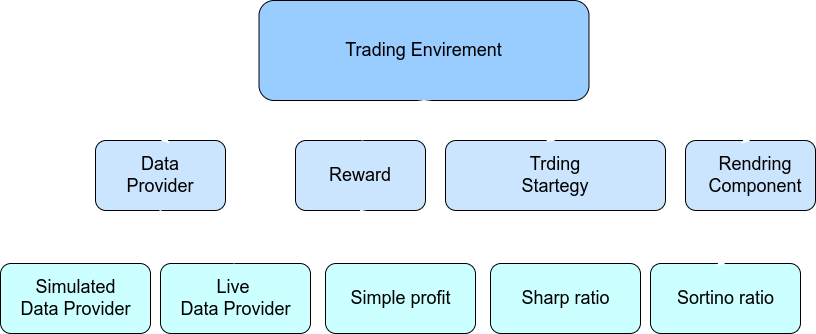
Before: figures/envirement-graph.png, a diagram exported from draw.io (roiacult/DRL-trading-bot). Source tidied: cells renumbered, new cells last; positions are measured from the earlier drawing's top-left corner, leaving out a move shared by most shapes.
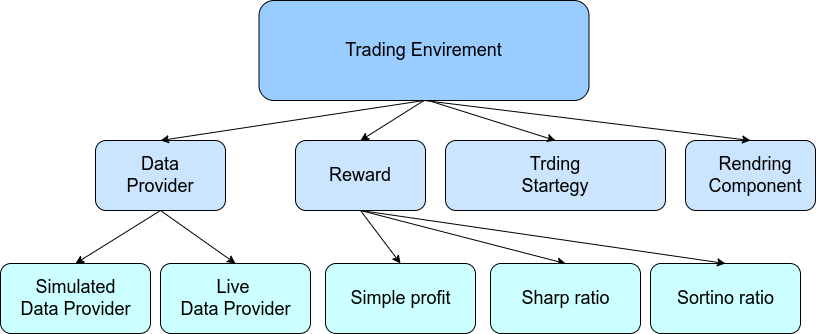
Later version of the same file.

The edit, as a diff of the source:
```diff
@@ -32,10 +32,10 @@
     <mxCell id="11" value="Live &lt;br&gt;Data Provider" style="text;html=1;strokeColor=none;fillColor=none;align=center;verticalAlign=middle;whiteSpace=wrap;rounded=0;fontSize=18;" parent="1" vertex="1">
       <mxGeometry x="178.5" y="283" width="113" height="30" as="geometry" />
     </mxCell>
-    <mxCell id="12" style="endArrow=classic;html=1;rounded=0;fontSize=18;exitX=0.5;exitY=1;exitDx=0;exitDy=0;entryX=0.5;entryY=0;entryDx=0;entryDy=0;strokeColor=#FFFFFF;" parent="1" edge="1" source="4" target="14">
+    <mxCell id="12" style="endArrow=classic;html=1;rounded=0;fontSize=18;exitX=0.5;exitY=1;exitDx=0;exitDy=0;entryX=0.5;entryY=0;entryDx=0;entryDy=0;strokeColor=#000000;" parent="1" edge="1" source="4" target="14">
       <mxGeometry relative="1" as="geometry" />
     </mxCell>
-    <mxCell id="13" style="endArrow=classic;html=1;rounded=0;fontSize=18;entryX=0.5;entryY=0;entryDx=0;entryDy=0;exitX=0.5;exitY=1;exitDx=0;exitDy=0;strokeColor=#FFFFFF;" parent="1" edge="1" source="4" target="10">
+    <mxCell id="13" style="endArrow=classic;html=1;rounded=0;fontSize=18;entryX=0.5;entryY=0;entryDx=0;entryDy=0;exitX=0.5;exitY=1;exitDx=0;exitDy=0;strokeColor=#000000;" parent="1" edge="1" source="4" target="10">
       <mxGeometry relative="1" as="geometry" />
     </mxCell>
     <mxCell id="14" style="rounded=1;whiteSpace=wrap;html=1;fontSize=18;fillColor=#CCFFFF;" parent="1" vertex="1">
@@ -50,10 +50,10 @@
     <mxCell id="17" value="Sortino ratio" style="text;html=1;strokeColor=none;fillColor=none;align=center;verticalAlign=middle;whiteSpace=wrap;rounded=0;fontSize=18;" parent="1" vertex="1">
       <mxGeometry x="668.5" y="283" width="113" height="30" as="geometry" />
     </mxCell>
-    <mxCell id="18" style="endArrow=classic;html=1;rounded=0;fontSize=18;exitX=0.5;exitY=1;exitDx=0;exitDy=0;entryX=0.5;entryY=0;entryDx=0;entryDy=0;strokeColor=#FFFFFF;" parent="1" edge="1" source="6" target="20">
+    <mxCell id="18" style="endArrow=classic;html=1;rounded=0;fontSize=18;exitX=0.5;exitY=1;exitDx=0;exitDy=0;entryX=0.5;entryY=0;entryDx=0;entryDy=0;strokeColor=#000000;" parent="1" edge="1" source="6" target="20">
       <mxGeometry relative="1" as="geometry" />
     </mxCell>
-    <mxCell id="19" style="endArrow=classic;html=1;rounded=0;fontSize=18;entryX=0.5;entryY=0;entryDx=0;entryDy=0;exitX=0.5;exitY=1;exitDx=0;exitDy=0;strokeColor=#FFFFFF;" parent="1" edge="1" source="6" target="16">
+    <mxCell id="19" style="endArrow=classic;html=1;rounded=0;fontSize=18;entryX=0.5;entryY=0;entryDx=0;entryDy=0;exitX=0.5;exitY=1;exitDx=0;exitDy=0;strokeColor=#000000;" parent="1" edge="1" source="6" target="16">
       <mxGeometry relative="1" as="geometry" />
     </mxCell>
     <mxCell id="20" style="rounded=1;whiteSpace=wrap;html=1;fontSize=18;fillColor=#CCFFFF;" parent="1" vertex="1">
@@ -62,7 +62,7 @@
     <mxCell id="21" value="Sharp ratio" style="text;html=1;strokeColor=none;fillColor=none;align=center;verticalAlign=middle;whiteSpace=wrap;rounded=0;fontSize=18;" parent="1" vertex="1">
       <mxGeometry x="508.5" y="283" width="113" height="30" as="geometry" />
     </mxCell>
-    <mxCell id="22" style="endArrow=classic;html=1;rounded=0;fontSize=18;entryX=0.5;entryY=0;entryDx=0;entryDy=0;exitX=0.5;exitY=1;exitDx=0;exitDy=0;strokeColor=#FFFFFF;" parent="1" edge="1" source="6" target="23">
+    <mxCell id="22" style="endArrow=classic;html=1;rounded=0;fontSize=18;entryX=0.5;entryY=0;entryDx=0;entryDy=0;exitX=0.5;exitY=1;exitDx=0;exitDy=0;strokeColor=#000000;" parent="1" edge="1" source="6" target="23">
       <mxGeometry relative="1" as="geometry" />
     </mxCell>
     <mxCell id="23" style="rounded=1;whiteSpace=wrap;html=1;fontSize=18;fillColor=#CCFFFF;" parent="1" vertex="1">
@@ -71,13 +71,13 @@
     <mxCell id="24" value="Simple profit" style="text;html=1;strokeColor=none;fillColor=none;align=center;verticalAlign=middle;whiteSpace=wrap;rounded=0;fontSize=18;" parent="1" vertex="1">
       <mxGeometry x="343.5" y="283" width="113" height="30" as="geometry" />
     </mxCell>
-    <mxCell id="25" style="endArrow=classic;html=1;rounded=0;fontSize=18;exitX=0.523;exitY=1.01;exitDx=0;exitDy=0;exitPerimeter=0;entryX=0.5;entryY=0;entryDx=0;entryDy=0;strokeColor=#FFFFFF;" parent="1" edge="1" source="2" target="8">
+    <mxCell id="25" style="endArrow=classic;html=1;rounded=0;fontSize=18;exitX=0.523;exitY=1.01;exitDx=0;exitDy=0;exitPerimeter=0;entryX=0.5;entryY=0;entryDx=0;entryDy=0;strokeColor=#000000;" parent="1" edge="1" source="2" target="8">
       <mxGeometry relative="1" as="geometry" />
     </mxCell>
-    <mxCell id="26" style="endArrow=classic;html=1;rounded=0;fontSize=18;entryX=0.5;entryY=0;entryDx=0;entryDy=0;exitX=0.5;exitY=1;exitDx=0;exitDy=0;strokeColor=#FFFFFF;" parent="1" edge="1" source="2" target="6">
+    <mxCell id="26" style="endArrow=classic;html=1;rounded=0;fontSize=18;entryX=0.5;entryY=0;entryDx=0;entryDy=0;exitX=0.5;exitY=1;exitDx=0;exitDy=0;strokeColor=#000000;" parent="1" edge="1" source="2" target="6">
       <mxGeometry relative="1" as="geometry" />
     </mxCell>
-    <mxCell id="27" style="endArrow=classic;html=1;rounded=0;fontSize=18;exitX=0.5;exitY=1;exitDx=0;exitDy=0;entryX=0.5;entryY=0;entryDx=0;entryDy=0;strokeColor=#FFFFFF;" parent="1" edge="1" source="2" target="4">
+    <mxCell id="27" style="endArrow=classic;html=1;rounded=0;fontSize=18;exitX=0.5;exitY=1;exitDx=0;exitDy=0;entryX=0.5;entryY=0;entryDx=0;entryDy=0;strokeColor=#000000;" parent="1" edge="1" source="2" target="4">
       <mxGeometry relative="1" as="geometry" />
     </mxCell>
     <mxCell id="28" style="rounded=1;whiteSpace=wrap;html=1;fontSize=18;fillColor=#CCE5FF;" parent="1" vertex="1">
@@ -86,7 +86,7 @@
     <mxCell id="29" value="Rendring Component" style="text;html=1;strokeColor=none;fillColor=none;align=center;verticalAlign=middle;whiteSpace=wrap;rounded=0;fontSize=18;" parent="1" vertex="1">
       <mxGeometry x="720" y="160" width="70" height="30" as="geometry" />
     </mxCell>
-    <mxCell id="30" style="endArrow=classic;html=1;rounded=0;fontSize=18;exitX=0.5;exitY=1;exitDx=0;exitDy=0;entryX=0.5;entryY=0;entryDx=0;entryDy=0;strokeColor=#FFFFFF;" parent="1" edge="1" source="2" target="28">
+    <mxCell id="30" style="endArrow=classic;html=1;rounded=0;fontSize=18;exitX=0.5;exitY=1;exitDx=0;exitDy=0;entryX=0.5;entryY=0;entryDx=0;entryDy=0;strokeColor=#000000;" parent="1" edge="1" source="2" target="28">
       <mxGeometry relative="1" as="geometry" />
     </mxCell>
   </root>
```
